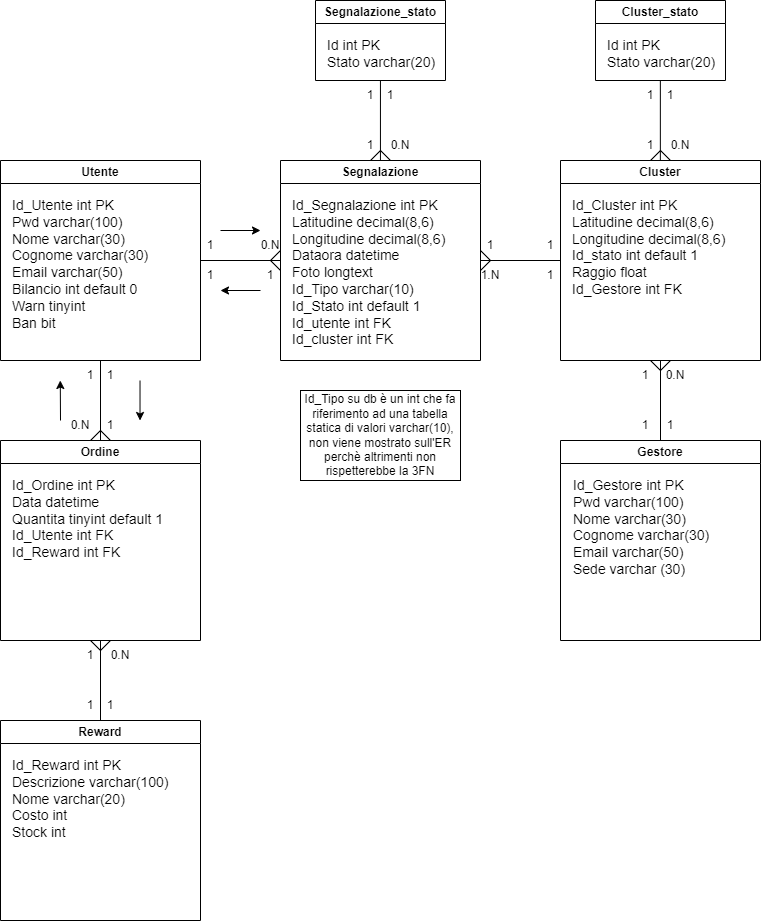
This is Materiale Progettazione/DiagrammaER/ModelloER.png from Gruppo-IS44/Comune-Pulito-bead80e0, a draw.io export, as it was before one commit. Source tidied: cells renumbered, new cells last; positions are measured from the earlier drawing's top-left corner, leaving out a move shared by most shapes.
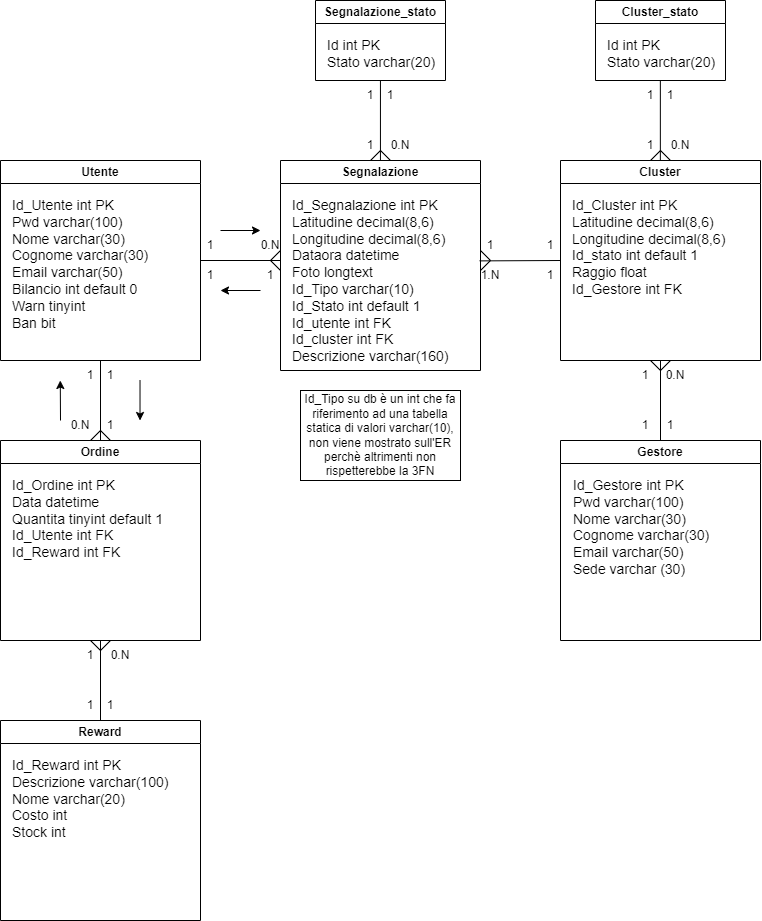
The same diagram one commit later.

The edit, as a diff of the source:
```diff
@@ -9,9 +9,9 @@
       <mxGeometry x="10" y="30" width="180" height="160" as="geometry" />
     </mxCell>
     <mxCell id="4" value="Segnalazione" style="swimlane;whiteSpace=wrap;html=1;" parent="1" vertex="1">
-      <mxGeometry x="280" y="160" width="200" height="200" as="geometry" />
+      <mxGeometry x="280" y="160" width="200" height="210" as="geometry" />
     </mxCell>
-    <mxCell id="5" value="Id_Segnalazione int PK&lt;br&gt;Latitudine decimal(8,6)&lt;br&gt;Longitudine decimal(8,6)&lt;br&gt;Dataora datetime&lt;br&gt;Foto longtext&lt;br&gt;Id_Tipo varchar(10)&lt;br&gt;Id_Stato int default 1&amp;nbsp;&lt;br&gt;Id_utente int FK&lt;br&gt;Id_cluster int FK" style="text;html=1;strokeColor=none;fillColor=none;align=left;verticalAlign=top;whiteSpace=wrap;rounded=0;fontSize=14;" parent="4" vertex="1">
+    <mxCell id="5" value="Id_Segnalazione int PK&lt;br&gt;Latitudine decimal(8,6)&lt;br&gt;Longitudine decimal(8,6)&lt;br&gt;Dataora datetime&lt;br&gt;Foto longtext&lt;br&gt;Id_Tipo varchar(10)&lt;br&gt;Id_Stato int default 1&amp;nbsp;&lt;br&gt;Id_utente int FK&lt;br&gt;Id_cluster int FK&lt;br&gt;Descrizione varchar(160)" style="text;html=1;strokeColor=none;fillColor=none;align=left;verticalAlign=top;whiteSpace=wrap;rounded=0;fontSize=14;" parent="4" vertex="1">
       <mxGeometry x="10" y="30" width="180" height="160" as="geometry" />
     </mxCell>
     <mxCell id="6" value="Cluster" style="swimlane;whiteSpace=wrap;html=1;" parent="1" vertex="1">
@@ -32,6 +32,9 @@
         <mxPoint x="100" y="-10" as="targetPoint" />
       </mxGeometry>
     </mxCell>
+    <mxCell id="29" style="endArrow=none;html=1;rounded=0;fontSize=14;entryX=0;entryY=0.5;entryDx=0;entryDy=0;exitX=0.319;exitY=1.013;exitDx=0;exitDy=0;exitPerimeter=0;" parent="6" edge="1" source="8" target="6">
+      <mxGeometry relative="1" as="geometry" />
+    </mxCell>
     <mxCell id="11" value="Ordine" style="swimlane;whiteSpace=wrap;html=1;" parent="1" vertex="1">
       <mxGeometry y="440" width="200" height="200" as="geometry" />
     </mxCell>
@@ -120,9 +123,6 @@
         <mxPoint x="650" y="360" as="targetPoint" />
       </mxGeometry>
     </mxCell>
-    <mxCell id="29" style="endArrow=none;html=1;rounded=0;fontSize=14;entryX=0;entryY=0.5;entryDx=0;entryDy=0;exitX=1;exitY=0.5;exitDx=0;exitDy=0;" parent="1" edge="1" source="4" target="6">
-      <mxGeometry relative="1" as="geometry" />
-    </mxCell>
     <mxCell id="30" style="endArrow=none;html=1;rounded=0;fontSize=14;" parent="1" edge="1">
       <mxGeometry relative="1" as="geometry">
         <mxPoint x="480" y="270" as="sourcePoint" />
```
